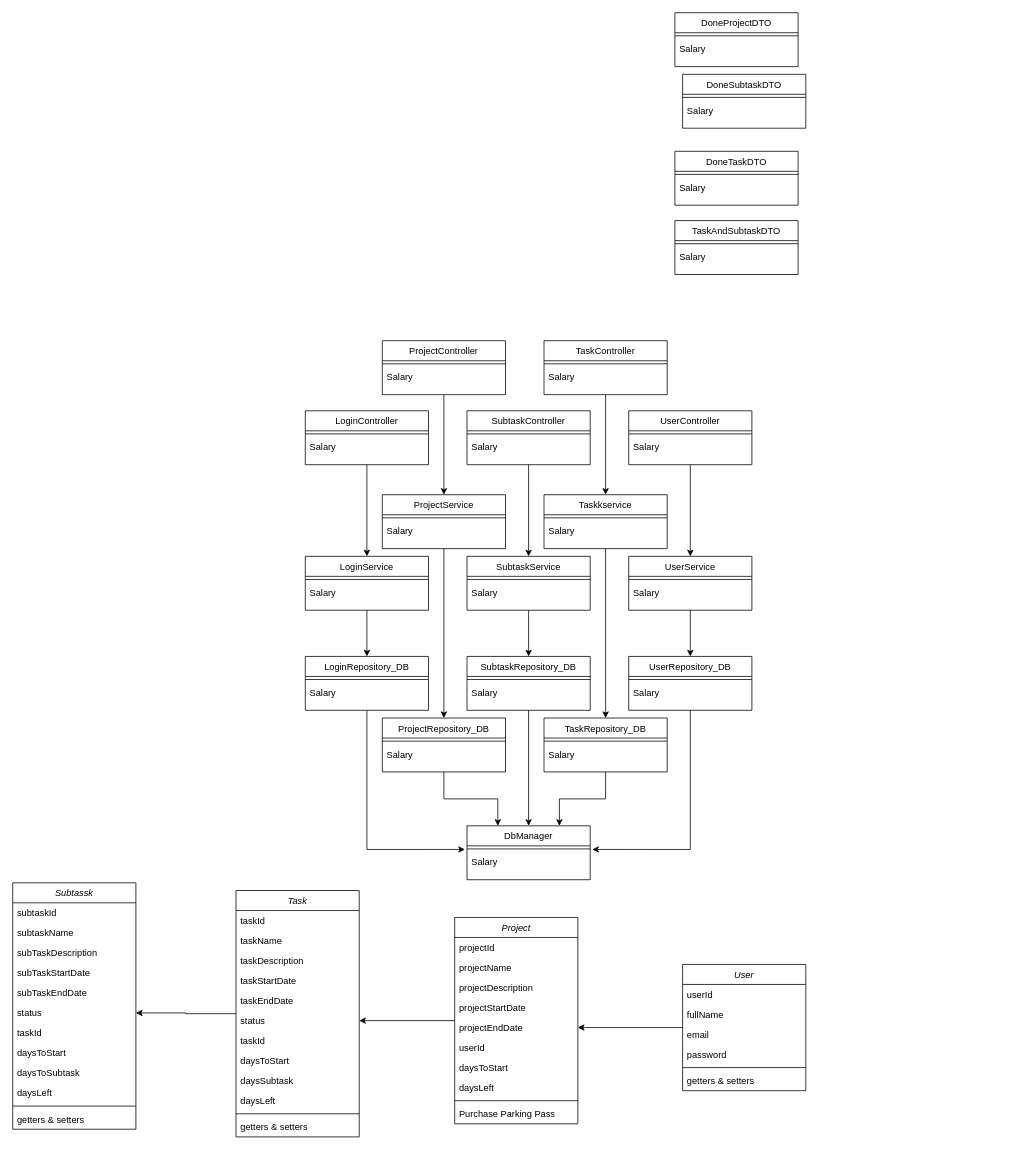
Atributties/ProjectPeak keeps this draw.io diagram as docs/Class_Diagram.drawio. Above is the earlier version. Source tidied: cells renumbered, new cells numbered last; positions are measured from the earlier drawing's top-left corner, leaving out a move shared by most shapes. Both pictures are drawn from the tidied source at 77%, with x=0, y=0 at pixel (12, 12).
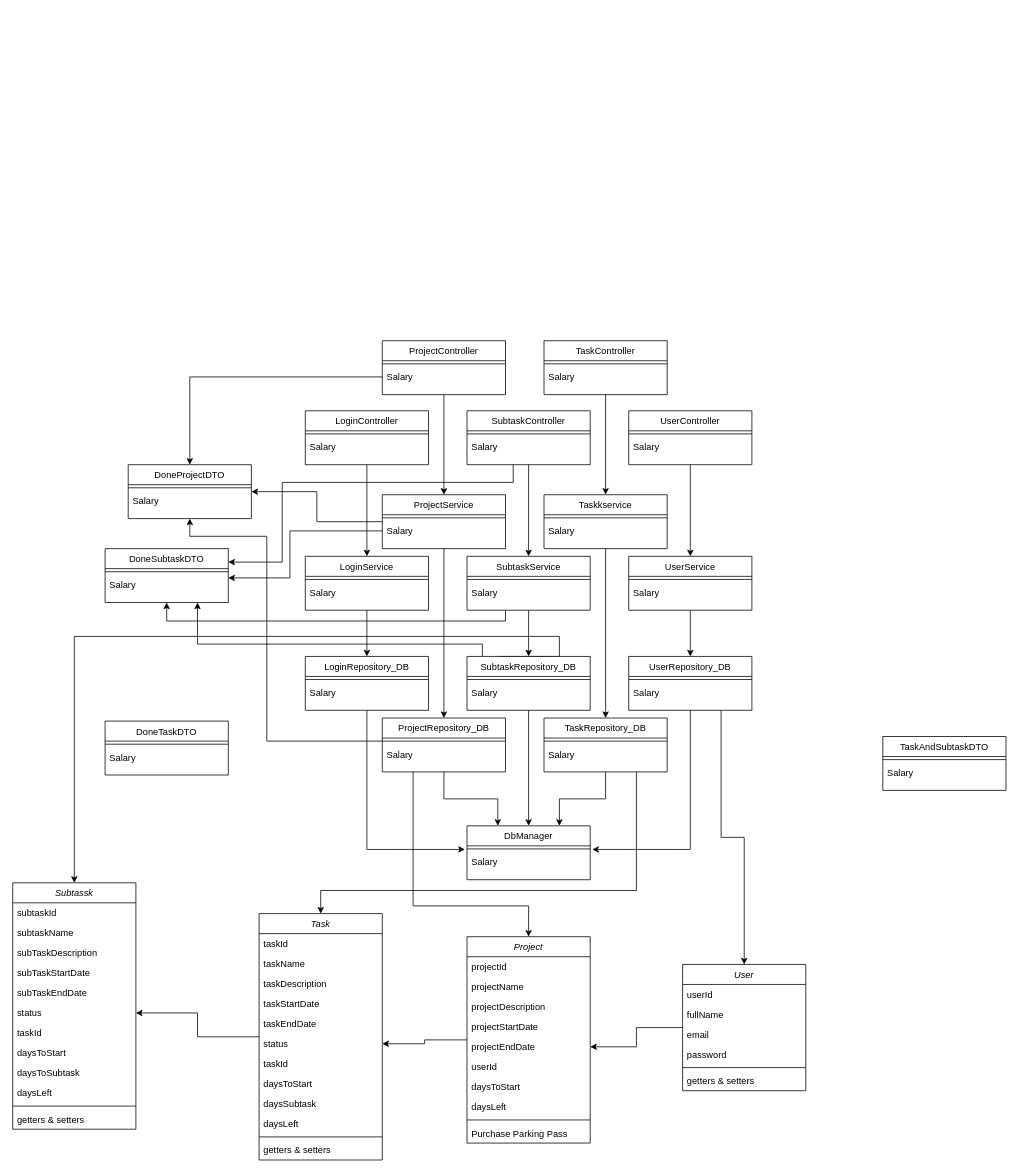
Above is the later version.

The change refers to these unchanged cells:
```xml
<mxCell id="15" value="User" style="swimlane;fontStyle=2;align=center;verticalAlign=top;horizontal=1;startSize=26;rounded=0;shadow=0;strokeWidth=1;" parent="1" vertex="1">
  <mxGeometry x="870" y="1236" width="160" height="164" as="geometry" />
</mxCell>
<mxCell id="22" value="Subtassk" style="swimlane;fontStyle=2;align=center;verticalAlign=top;horizontal=1;startSize=26;rounded=0;shadow=0;strokeWidth=1;" parent="1" vertex="1">
  <mxGeometry y="1130" width="160" height="320" as="geometry" />
</mxCell>
<mxCell id="56" value="Salary" style="text;align=left;verticalAlign=top;spacingLeft=4;spacingRight=4;overflow=hidden;points=[[0,0.5],[1,0.5]];portConstraint=eastwest;" parent="54" vertex="1">
  <mxGeometry y="34" width="160" height="26" as="geometry" />
</mxCell>
<mxCell id="58" value="SubtaskController" style="swimlane;fontStyle=0;align=center;verticalAlign=top;horizontal=1;startSize=26;rounded=0;shadow=0;strokeWidth=1;" parent="1" vertex="1">
  <mxGeometry x="590" y="517" width="160" height="70" as="geometry" />
</mxCell>
<mxCell id="85" value="TaskRepository_DB" style="swimlane;fontStyle=0;align=center;verticalAlign=top;horizontal=1;startSize=26;rounded=0;shadow=0;strokeWidth=1;" parent="1" vertex="1">
  <mxGeometry x="690" y="916" width="160" height="70" as="geometry" />
</mxCell>
<mxCell id="89" value="ProjectRepository_DB" style="swimlane;fontStyle=0;align=center;verticalAlign=top;horizontal=1;startSize=26;rounded=0;shadow=0;strokeWidth=1;" parent="1" vertex="1">
  <mxGeometry x="480" y="916" width="160" height="70" as="geometry" />
</mxCell>
<mxCell id="90" style="line;html=1;strokeWidth=1;align=left;verticalAlign=middle;spacingTop=-1;spacingLeft=3;spacingRight=3;labelPosition=right;points=[];portConstraint=eastwest;" parent="89" vertex="1">
  <mxGeometry y="26" width="160" height="8" as="geometry" />
</mxCell>
<mxCell id="93" value="UserRepository_DB" style="swimlane;fontStyle=0;align=center;verticalAlign=top;horizontal=1;startSize=26;rounded=0;shadow=0;strokeWidth=1;" parent="1" vertex="1">
  <mxGeometry x="800" y="836" width="160" height="70" as="geometry" />
</mxCell>
<mxCell id="97" value="SubtaskRepository_DB" style="swimlane;fontStyle=0;align=center;verticalAlign=top;horizontal=1;startSize=26;rounded=0;shadow=0;strokeWidth=1;" parent="1" vertex="1">
  <mxGeometry x="590" y="836" width="160" height="70" as="geometry" />
</mxCell>
<mxCell id="109" value="ProjectService" style="swimlane;fontStyle=0;align=center;verticalAlign=top;horizontal=1;startSize=26;rounded=0;shadow=0;strokeWidth=1;" parent="1" vertex="1">
  <mxGeometry x="480" y="626" width="160" height="70" as="geometry" />
</mxCell>
<mxCell id="111" value="Salary" style="text;align=left;verticalAlign=top;spacingLeft=4;spacingRight=4;overflow=hidden;points=[[0,0.5],[1,0.5]];portConstraint=eastwest;" parent="109" vertex="1">
  <mxGeometry y="34" width="160" height="26" as="geometry" />
</mxCell>
<mxCell id="113" value="SubtaskService" style="swimlane;fontStyle=0;align=center;verticalAlign=top;horizontal=1;startSize=26;rounded=0;shadow=0;strokeWidth=1;" parent="1" vertex="1">
  <mxGeometry x="590" y="706" width="160" height="70" as="geometry" />
</mxCell>
```

The edit, as a diff of the source:
```diff
@@
     <mxCell id="3" value="Project" style="swimlane;fontStyle=2;align=center;verticalAlign=top;horizontal=1;startSize=26;rounded=0;shadow=0;strokeWidth=1;" parent="1" vertex="1">
-      <mxGeometry x="574" y="1175" width="160" height="268" as="geometry" />
+      <mxGeometry x="590" y="1200" width="160" height="268" as="geometry" />
     </mxCell>
@@
     <mxCell id="36" value="Task" style="swimlane;fontStyle=2;align=center;verticalAlign=top;horizontal=1;startSize=26;rounded=0;shadow=0;strokeWidth=1;" parent="1" vertex="1">
-      <mxGeometry x="290" y="1140" width="160" height="320" as="geometry" />
+      <mxGeometry x="320" y="1170" width="160" height="320" as="geometry" />
     </mxCell>
@@
+    <mxCell id="124" style="edgeStyle=orthogonalEdgeStyle;rounded=0;jettySize=auto;html=1;entryX=1;entryY=0.25;entryDx=0;entryDy=0;" parent="1" edge="1" source="58" target="69">
+      <mxGeometry relative="1" as="geometry">
+        <Array as="points">
+          <mxPoint x="650" y="610" />
+          <mxPoint x="350" y="610" />
+          <mxPoint x="350" y="714" />
+        </Array>
+      </mxGeometry>
+    </mxCell>
@@
     <mxCell id="69" value="DoneSubtaskDTO" style="swimlane;fontStyle=0;align=center;verticalAlign=top;horizontal=1;startSize=26;rounded=0;shadow=0;strokeWidth=1;" parent="1" vertex="1">
-      <mxGeometry x="870" y="80" width="160" height="70" as="geometry" />
+      <mxGeometry x="120" y="696" width="160" height="70" as="geometry" />
     </mxCell>
@@
     <mxCell id="72" value="DoneProjectDTO" style="swimlane;fontStyle=0;align=center;verticalAlign=top;horizontal=1;startSize=26;rounded=0;shadow=0;strokeWidth=1;" parent="1" vertex="1">
-      <mxGeometry x="860" width="160" height="70" as="geometry" />
+      <mxGeometry x="150" y="587" width="160" height="70" as="geometry" />
     </mxCell>
@@
     <mxCell id="75" value="DoneTaskDTO" style="swimlane;fontStyle=0;align=center;verticalAlign=top;horizontal=1;startSize=26;rounded=0;shadow=0;strokeWidth=1;" parent="1" vertex="1">
-      <mxGeometry x="860" y="180" width="160" height="70" as="geometry" />
+      <mxGeometry x="120" y="920" width="160" height="70" as="geometry" />
     </mxCell>
@@
     <mxCell id="78" value="TaskAndSubtaskDTO" style="swimlane;fontStyle=0;align=center;verticalAlign=top;horizontal=1;startSize=26;rounded=0;shadow=0;strokeWidth=1;" parent="1" vertex="1">
-      <mxGeometry x="860" y="270" width="160" height="70" as="geometry" />
+      <mxGeometry x="1130" y="940" width="160" height="70" as="geometry" />
     </mxCell>
@@
+    <mxCell id="125" style="edgeStyle=orthogonalEdgeStyle;rounded=0;jettySize=auto;html=1;entryX=0.5;entryY=0;entryDx=0;entryDy=0;" parent="1" edge="1" source="85" target="36">
+      <mxGeometry relative="1" as="geometry">
+        <Array as="points">
+          <mxPoint x="810" y="1140" />
+          <mxPoint x="400" y="1140" />
+        </Array>
+      </mxGeometry>
+    </mxCell>
@@
+    <mxCell id="126" style="edgeStyle=orthogonalEdgeStyle;rounded=0;jettySize=auto;html=1;entryX=0.5;entryY=0;entryDx=0;entryDy=0;exitX=0.25;exitY=1;exitDx=0;exitDy=0;" parent="1" edge="1" source="89" target="3">
+      <mxGeometry relative="1" as="geometry">
+        <Array as="points">
+          <mxPoint x="520" y="1160" />
+          <mxPoint x="670" y="1160" />
+        </Array>
+      </mxGeometry>
+    </mxCell>
@@
+    <mxCell id="127" style="edgeStyle=orthogonalEdgeStyle;rounded=0;jettySize=auto;html=1;exitX=0.75;exitY=1;exitDx=0;exitDy=0;entryX=0.5;entryY=0;entryDx=0;entryDy=0;" parent="1" edge="1" source="93" target="15">
+      <mxGeometry relative="1" as="geometry" />
+    </mxCell>
@@
+    <mxCell id="128" style="edgeStyle=orthogonalEdgeStyle;rounded=0;jettySize=auto;html=1;entryX=0.5;entryY=0;entryDx=0;entryDy=0;exitX=0.25;exitY=0;exitDx=0;exitDy=0;" parent="1" edge="1" source="97" target="22">
+      <mxGeometry relative="1" as="geometry">
+        <Array as="points">
+          <mxPoint x="710" y="836" />
+          <mxPoint x="710" y="810" />
+          <mxPoint x="80" y="810" />
+        </Array>
+      </mxGeometry>
+    </mxCell>
+    <mxCell id="129" style="edgeStyle=orthogonalEdgeStyle;rounded=0;jettySize=auto;html=1;entryX=0.75;entryY=1;entryDx=0;entryDy=0;" parent="1" edge="1" source="97" target="69">
+      <mxGeometry relative="1" as="geometry">
+        <Array as="points">
+          <mxPoint x="610" y="820" />
+          <mxPoint x="240" y="820" />
+        </Array>
+      </mxGeometry>
+    </mxCell>
@@
+    <mxCell id="130" style="edgeStyle=orthogonalEdgeStyle;rounded=0;jettySize=auto;html=1;entryX=1;entryY=0.5;entryDx=0;entryDy=0;" parent="1" edge="1" source="109" target="72">
+      <mxGeometry relative="1" as="geometry" />
+    </mxCell>
@@
+    <mxCell id="131" style="edgeStyle=orthogonalEdgeStyle;rounded=0;jettySize=auto;html=1;entryX=0.5;entryY=1;entryDx=0;entryDy=0;" parent="1" edge="1" source="113" target="69">
+      <mxGeometry relative="1" as="geometry">
+        <Array as="points">
+          <mxPoint x="640" y="790" />
+          <mxPoint x="200" y="790" />
+        </Array>
+      </mxGeometry>
+    </mxCell>
@@
+    <mxCell id="132" style="edgeStyle=orthogonalEdgeStyle;rounded=0;jettySize=auto;html=1;entryX=0.5;entryY=0;entryDx=0;entryDy=0;" parent="1" edge="1" source="56" target="72">
+      <mxGeometry relative="1" as="geometry" />
+    </mxCell>
+    <mxCell id="133" style="edgeStyle=orthogonalEdgeStyle;rounded=0;jettySize=auto;html=1;" parent="1" edge="1" source="90">
+      <mxGeometry relative="1" as="geometry">
+        <mxPoint x="230" y="657" as="targetPoint" />
+        <Array as="points">
+          <mxPoint x="330" y="946" />
+          <mxPoint x="330" y="680" />
+          <mxPoint x="230" y="680" />
+        </Array>
+      </mxGeometry>
+    </mxCell>
+    <mxCell id="134" style="edgeStyle=orthogonalEdgeStyle;rounded=0;jettySize=auto;html=1;" parent="1" edge="1" source="111">
+      <mxGeometry relative="1" as="geometry">
+        <mxPoint x="280" y="734" as="targetPoint" />
+        <Array as="points">
+          <mxPoint x="360" y="673" />
+          <mxPoint x="360" y="734" />
+        </Array>
+      </mxGeometry>
+    </mxCell>
```
